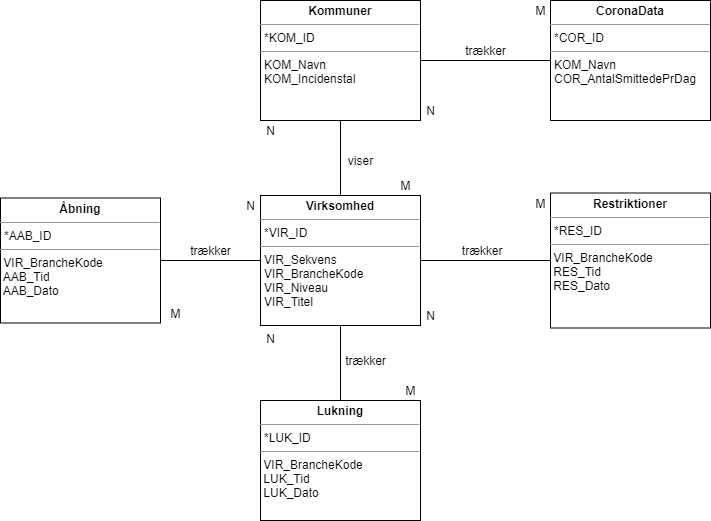
Above: Filer/Datamodel.png in liam1523/WPF-1semGruppe5 (draw.io), before the change. Source tidied: cells renumbered, new cells last; positions are measured from the earlier drawing's top-left corner, leaving out a move shared by most shapes.
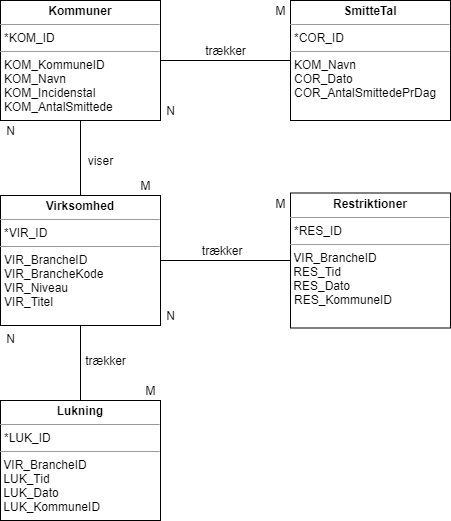
Above is the later version.

What changed in the source:
```diff
@@ -2,7 +2,7 @@
   <root>
     <mxCell id="0" />
     <mxCell id="1" parent="0" />
-    <mxCell id="2" value="&lt;p style=&quot;margin: 0px ; margin-top: 4px ; text-align: center&quot;&gt;&lt;b&gt;CoronaData&lt;/b&gt;&lt;/p&gt;&lt;hr size=&quot;1&quot;&gt;&lt;p style=&quot;margin: 0px ; margin-left: 4px&quot;&gt;*COR_ID&lt;/p&gt;&lt;hr size=&quot;1&quot;&gt;&lt;p style=&quot;margin: 0px ; margin-left: 4px&quot;&gt;&lt;span&gt;KOM_Navn&lt;/span&gt;&lt;/p&gt;&lt;p style=&quot;margin: 0px ; margin-left: 4px&quot;&gt;&lt;span&gt;COR_AntalSmittedePrDag&lt;/span&gt;&lt;br&gt;&lt;/p&gt;&lt;p style=&quot;margin: 0px ; margin-left: 4px&quot;&gt;&lt;br&gt;&lt;/p&gt;&lt;p style=&quot;margin: 0px ; margin-left: 4px&quot;&gt;&lt;br&gt;&lt;/p&gt;" style="verticalAlign=top;align=left;overflow=fill;fontSize=12;fontFamily=Helvetica;html=1;" parent="1" vertex="1">
+    <mxCell id="2" value="&lt;p style=&quot;margin: 0px ; margin-top: 4px ; text-align: center&quot;&gt;&lt;b&gt;SmitteTal&lt;/b&gt;&lt;/p&gt;&lt;hr size=&quot;1&quot;&gt;&lt;p style=&quot;margin: 0px ; margin-left: 4px&quot;&gt;*COR_ID&lt;/p&gt;&lt;hr size=&quot;1&quot;&gt;&lt;p style=&quot;margin: 0px ; margin-left: 4px&quot;&gt;&lt;span&gt;KOM_Navn&lt;/span&gt;&lt;/p&gt;&lt;p style=&quot;margin: 0px ; margin-left: 4px&quot;&gt;&lt;span&gt;COR_Dato&lt;/span&gt;&lt;/p&gt;&lt;p style=&quot;margin: 0px ; margin-left: 4px&quot;&gt;&lt;span&gt;COR_AntalSmittedePrDag&lt;/span&gt;&lt;br&gt;&lt;/p&gt;&lt;p style=&quot;margin: 0px ; margin-left: 4px&quot;&gt;&lt;br&gt;&lt;/p&gt;&lt;p style=&quot;margin: 0px ; margin-left: 4px&quot;&gt;&lt;br&gt;&lt;/p&gt;" style="verticalAlign=top;align=left;overflow=fill;fontSize=12;fontFamily=Helvetica;html=1;" parent="1" vertex="1">
       <mxGeometry x="550" width="160" height="120" as="geometry" />
     </mxCell>
     <mxCell id="3" style="edgeStyle=orthogonalEdgeStyle;rounded=0;jettySize=auto;html=1;endArrow=none;endFill=0;" parent="1" edge="1" source="6" target="11">
@@ -11,10 +11,7 @@
     <mxCell id="4" style="edgeStyle=orthogonalEdgeStyle;rounded=0;jettySize=auto;html=1;endArrow=none;endFill=0;" parent="1" edge="1" source="6" target="10">
       <mxGeometry relative="1" as="geometry" />
     </mxCell>
-    <mxCell id="5" style="edgeStyle=orthogonalEdgeStyle;rounded=0;jettySize=auto;html=1;endArrow=none;endFill=0;" parent="1" edge="1" source="6" target="12">
-      <mxGeometry relative="1" as="geometry" />
-    </mxCell>
-    <mxCell id="6" value="&lt;p style=&quot;margin: 0px ; margin-top: 4px ; text-align: center&quot;&gt;&lt;b&gt;Virksomhed&lt;/b&gt;&lt;/p&gt;&lt;hr size=&quot;1&quot;&gt;&lt;p style=&quot;margin: 0px ; margin-left: 4px&quot;&gt;*VIR_ID&lt;/p&gt;&lt;hr size=&quot;1&quot;&gt;&lt;p style=&quot;margin: 0px ; margin-left: 4px&quot;&gt;VIR_Sekvens&lt;/p&gt;&lt;p style=&quot;margin: 0px ; margin-left: 4px&quot;&gt;VIR_BrancheKode&lt;/p&gt;&lt;p style=&quot;margin: 0px ; margin-left: 4px&quot;&gt;VIR_Niveau&lt;/p&gt;&lt;p style=&quot;margin: 0px ; margin-left: 4px&quot;&gt;VIR_Titel&lt;/p&gt;&lt;p style=&quot;margin: 0px ; margin-left: 4px&quot;&gt;&lt;br&gt;&lt;/p&gt;&lt;p style=&quot;margin: 0px ; margin-left: 4px&quot;&gt;&lt;br&gt;&lt;/p&gt;&lt;p style=&quot;margin: 0px ; margin-left: 4px&quot;&gt;&lt;br&gt;&lt;/p&gt;" style="verticalAlign=top;align=left;overflow=fill;fontSize=12;fontFamily=Helvetica;html=1;" parent="1" vertex="1">
+    <mxCell id="6" value="&lt;p style=&quot;margin: 0px ; margin-top: 4px ; text-align: center&quot;&gt;&lt;b&gt;Virksomhed&lt;/b&gt;&lt;/p&gt;&lt;hr size=&quot;1&quot;&gt;&lt;p style=&quot;margin: 0px ; margin-left: 4px&quot;&gt;*VIR_ID&lt;/p&gt;&lt;hr size=&quot;1&quot;&gt;&lt;p style=&quot;margin: 0px ; margin-left: 4px&quot;&gt;VIR_BrancheID&lt;/p&gt;&lt;p style=&quot;margin: 0px ; margin-left: 4px&quot;&gt;VIR_BrancheKode&lt;/p&gt;&lt;p style=&quot;margin: 0px ; margin-left: 4px&quot;&gt;VIR_Niveau&lt;/p&gt;&lt;p style=&quot;margin: 0px ; margin-left: 4px&quot;&gt;VIR_Titel&lt;/p&gt;&lt;p style=&quot;margin: 0px ; margin-left: 4px&quot;&gt;&lt;br&gt;&lt;/p&gt;&lt;p style=&quot;margin: 0px ; margin-left: 4px&quot;&gt;&lt;br&gt;&lt;/p&gt;&lt;p style=&quot;margin: 0px ; margin-left: 4px&quot;&gt;&lt;br&gt;&lt;/p&gt;" style="verticalAlign=top;align=left;overflow=fill;fontSize=12;fontFamily=Helvetica;html=1;" parent="1" vertex="1">
       <mxGeometry x="260" y="195" width="160" height="130" as="geometry" />
     </mxCell>
     <mxCell id="7" style="edgeStyle=orthogonalEdgeStyle;rounded=0;jettySize=auto;html=1;endArrow=none;endFill=0;" parent="1" edge="1" source="9" target="6">
@@ -23,18 +20,15 @@
     <mxCell id="8" style="edgeStyle=orthogonalEdgeStyle;rounded=0;jettySize=auto;html=1;endArrow=none;endFill=0;" parent="1" edge="1" source="9" target="2">
       <mxGeometry relative="1" as="geometry" />
     </mxCell>
-    <mxCell id="9" value="&lt;p style=&quot;margin: 0px ; margin-top: 4px ; text-align: center&quot;&gt;&lt;b&gt;Kommuner&lt;/b&gt;&lt;/p&gt;&lt;hr size=&quot;1&quot;&gt;&lt;p style=&quot;margin: 0px ; margin-left: 4px&quot;&gt;*KOM_ID&lt;/p&gt;&lt;hr size=&quot;1&quot;&gt;&lt;p style=&quot;margin: 0px ; margin-left: 4px&quot;&gt;&lt;span&gt;KOM_Navn&lt;/span&gt;&lt;br&gt;&lt;/p&gt;&lt;p style=&quot;margin: 0px ; margin-left: 4px&quot;&gt;KOM_Incidenstal&lt;/p&gt;&lt;p style=&quot;margin: 0px ; margin-left: 4px&quot;&gt;&lt;br&gt;&lt;/p&gt;&lt;p style=&quot;margin: 0px ; margin-left: 4px&quot;&gt;&lt;br&gt;&lt;/p&gt;" style="verticalAlign=top;align=left;overflow=fill;fontSize=12;fontFamily=Helvetica;html=1;" parent="1" vertex="1">
+    <mxCell id="9" value="&lt;p style=&quot;margin: 0px ; margin-top: 4px ; text-align: center&quot;&gt;&lt;b&gt;Kommuner&lt;/b&gt;&lt;/p&gt;&lt;hr size=&quot;1&quot;&gt;&lt;p style=&quot;margin: 0px ; margin-left: 4px&quot;&gt;*KOM_ID&lt;/p&gt;&lt;hr size=&quot;1&quot;&gt;&lt;p style=&quot;margin: 0px ; margin-left: 4px&quot;&gt;KOM_KommuneID&lt;/p&gt;&lt;p style=&quot;margin: 0px ; margin-left: 4px&quot;&gt;&lt;span&gt;KOM_Navn&lt;/span&gt;&lt;br&gt;&lt;/p&gt;&lt;p style=&quot;margin: 0px ; margin-left: 4px&quot;&gt;KOM_Incidenstal&lt;/p&gt;&lt;p style=&quot;margin: 0px ; margin-left: 4px&quot;&gt;KOM_AntalSmittede&lt;/p&gt;&lt;p style=&quot;margin: 0px ; margin-left: 4px&quot;&gt;&lt;br&gt;&lt;/p&gt;&lt;p style=&quot;margin: 0px ; margin-left: 4px&quot;&gt;&lt;br&gt;&lt;/p&gt;" style="verticalAlign=top;align=left;overflow=fill;fontSize=12;fontFamily=Helvetica;html=1;" parent="1" vertex="1">
       <mxGeometry x="260" width="160" height="120" as="geometry" />
     </mxCell>
-    <mxCell id="10" value="&lt;p style=&quot;margin: 0px ; margin-top: 4px ; text-align: center&quot;&gt;&lt;b&gt;Restriktioner&lt;/b&gt;&lt;/p&gt;&lt;hr size=&quot;1&quot;&gt;&lt;p style=&quot;margin: 0px ; margin-left: 4px&quot;&gt;*RES_ID&lt;br&gt;&lt;/p&gt;&lt;hr size=&quot;1&quot;&gt;&amp;nbsp;VIR_BrancheKode&amp;nbsp;&lt;br&gt;&amp;nbsp;RES_Tid&lt;br&gt;&amp;nbsp;RES_Dato&lt;br&gt;&lt;p style=&quot;margin: 0px ; margin-left: 4px&quot;&gt;&lt;br&gt;&lt;/p&gt;&lt;p style=&quot;margin: 0px ; margin-left: 4px&quot;&gt;&lt;br&gt;&lt;/p&gt;" style="verticalAlign=top;align=left;overflow=fill;fontSize=12;fontFamily=Helvetica;html=1;" parent="1" vertex="1">
+    <mxCell id="10" value="&lt;p style=&quot;margin: 0px ; margin-top: 4px ; text-align: center&quot;&gt;&lt;b&gt;Restriktioner&lt;/b&gt;&lt;/p&gt;&lt;hr size=&quot;1&quot;&gt;&lt;p style=&quot;margin: 0px ; margin-left: 4px&quot;&gt;*RES_ID&lt;br&gt;&lt;/p&gt;&lt;hr size=&quot;1&quot;&gt;&amp;nbsp;VIR_BrancheID&amp;nbsp;&lt;br&gt;&amp;nbsp;RES_Tid&lt;br&gt;&amp;nbsp;RES_Dato&lt;br&gt;&lt;p style=&quot;margin: 0px ; margin-left: 4px&quot;&gt;RES_KommuneID&lt;br&gt;&lt;/p&gt;&lt;p style=&quot;margin: 0px ; margin-left: 4px&quot;&gt;&lt;br&gt;&lt;/p&gt;" style="verticalAlign=top;align=left;overflow=fill;fontSize=12;fontFamily=Helvetica;html=1;" parent="1" vertex="1">
       <mxGeometry x="550" y="192.5" width="160" height="135" as="geometry" />
     </mxCell>
-    <mxCell id="11" value="&lt;p style=&quot;margin: 0px ; margin-top: 4px ; text-align: center&quot;&gt;&lt;b&gt;Lukning&lt;/b&gt;&lt;/p&gt;&lt;hr size=&quot;1&quot;&gt;&lt;p style=&quot;margin: 0px ; margin-left: 4px&quot;&gt;*LUK_ID&lt;br&gt;&lt;/p&gt;&lt;hr size=&quot;1&quot;&gt;&amp;nbsp;VIR_BrancheKode&lt;br&gt;&amp;nbsp;LUK_Tid&lt;br&gt;&amp;nbsp;LUK_Dato&lt;br&gt;&amp;nbsp;&lt;br&gt;&lt;p style=&quot;margin: 0px ; margin-left: 4px&quot;&gt;&lt;br&gt;&lt;/p&gt;&lt;p style=&quot;margin: 0px ; margin-left: 4px&quot;&gt;&lt;br&gt;&lt;/p&gt;" style="verticalAlign=top;align=left;overflow=fill;fontSize=12;fontFamily=Helvetica;html=1;" parent="1" vertex="1">
+    <mxCell id="11" value="&lt;p style=&quot;margin: 0px ; margin-top: 4px ; text-align: center&quot;&gt;&lt;b&gt;Lukning&lt;/b&gt;&lt;/p&gt;&lt;hr size=&quot;1&quot;&gt;&lt;p style=&quot;margin: 0px ; margin-left: 4px&quot;&gt;*LUK_ID&lt;br&gt;&lt;/p&gt;&lt;hr size=&quot;1&quot;&gt;&amp;nbsp;VIR_BrancheID&lt;br&gt;&amp;nbsp;LUK_Tid&lt;br&gt;&amp;nbsp;LUK_Dato&lt;br&gt;&amp;nbsp;LUK_KommuneID&lt;br&gt;&amp;nbsp;&lt;br&gt;&lt;p style=&quot;margin: 0px ; margin-left: 4px&quot;&gt;&lt;br&gt;&lt;/p&gt;&lt;p style=&quot;margin: 0px ; margin-left: 4px&quot;&gt;&lt;br&gt;&lt;/p&gt;" style="verticalAlign=top;align=left;overflow=fill;fontSize=12;fontFamily=Helvetica;html=1;" parent="1" vertex="1">
       <mxGeometry x="260" y="400" width="160" height="120" as="geometry" />
     </mxCell>
-    <mxCell id="12" value="&lt;p style=&quot;margin: 0px ; margin-top: 4px ; text-align: center&quot;&gt;&lt;b&gt;Åbning&lt;/b&gt;&lt;/p&gt;&lt;hr size=&quot;1&quot;&gt;&lt;p style=&quot;margin: 0px ; margin-left: 4px&quot;&gt;*AAB_ID&lt;br&gt;&lt;/p&gt;&lt;hr size=&quot;1&quot;&gt;&amp;nbsp;VIR_BrancheKode&amp;nbsp;&lt;br&gt;&amp;nbsp;AAB_Tid&lt;br&gt;&amp;nbsp;AAB_Dato&lt;br&gt;&lt;p style=&quot;margin: 0px ; margin-left: 4px&quot;&gt;&lt;br&gt;&lt;/p&gt;&lt;p style=&quot;margin: 0px ; margin-left: 4px&quot;&gt;&lt;br&gt;&lt;/p&gt;" style="verticalAlign=top;align=left;overflow=fill;fontSize=12;fontFamily=Helvetica;html=1;" parent="1" vertex="1">
-      <mxGeometry y="197.5" width="160" height="125" as="geometry" />
-    </mxCell>
     <mxCell id="13" value="N" style="text;html=1;align=center;verticalAlign=middle;" parent="1" vertex="1">
       <mxGeometry x="420" y="100" width="20" height="20" as="geometry" />
     </mxCell>
@@ -71,14 +65,5 @@
     <mxCell id="24" value="viser" style="text;html=1;align=center;verticalAlign=middle;" parent="1" vertex="1">
       <mxGeometry x="340" y="150" width="40" height="20" as="geometry" />
     </mxCell>
-    <mxCell id="25" value="N" style="text;html=1;align=center;verticalAlign=middle;" parent="1" vertex="1">
-      <mxGeometry x="240" y="195" width="20" height="20" as="geometry" />
-    </mxCell>
-    <mxCell id="26" value="M" style="text;html=1;align=center;verticalAlign=middle;" parent="1" vertex="1">
-      <mxGeometry x="160" y="302.5" width="30" height="20" as="geometry" />
-    </mxCell>
-    <mxCell id="27" value="trækker" style="text;html=1;align=center;verticalAlign=middle;" parent="1" vertex="1">
-      <mxGeometry x="180" y="240" width="60" height="20" as="geometry" />
-    </mxCell>
   </root>
 </mxGraphModel>
```
